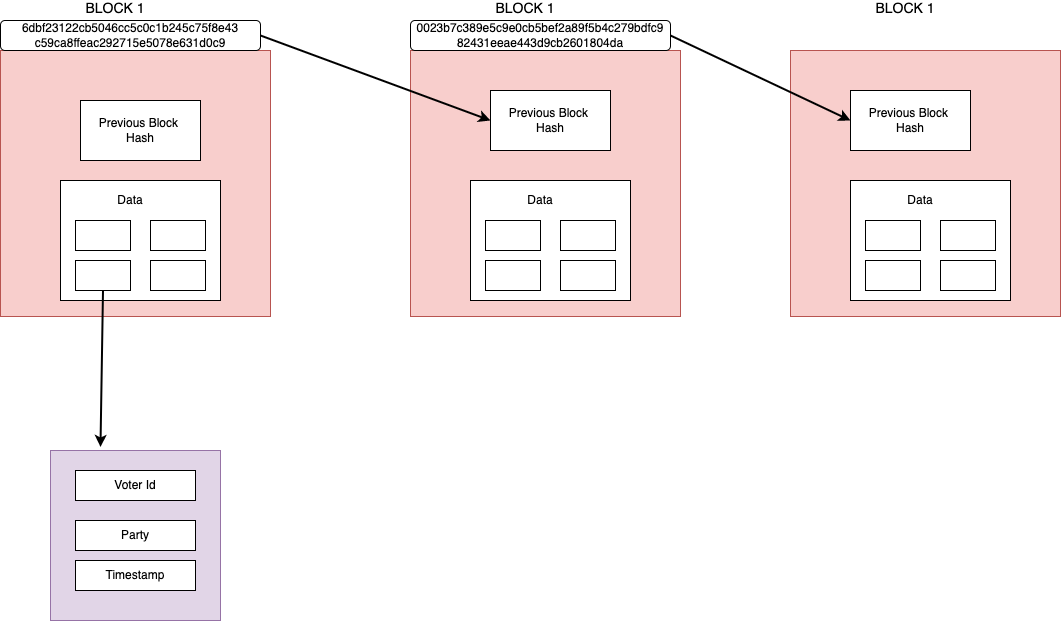
The draw.io diagram screenshots/block.png in ramesh-adhikari/E-voting-system-using-blockchain-and-python, before a commit. Source tidied: cells renumbered, new cells last; positions are measured from the earlier drawing's top-left corner, leaving out a move shared by most shapes. The source it was exported from:
```xml
<mxGraphModel>
  <root>
    <mxCell id="0" />
    <mxCell id="1" parent="0" />
    <mxCell id="2" style="whiteSpace=wrap;html=1;fillColor=#f8cecc;strokeColor=#b85450;" parent="1" vertex="1">
      <mxGeometry y="50" width="270" height="266" as="geometry" />
    </mxCell>
    <mxCell id="3" value="Previous Block &lt;br&gt;Hash" style="rounded=0;whiteSpace=wrap;html=1;" parent="1" vertex="1">
      <mxGeometry x="80" y="100" width="120" height="60" as="geometry" />
    </mxCell>
    <mxCell id="4" value="&lt;font style=&quot;font-size: 14px&quot;&gt;BLOCK 1&lt;/font&gt;" style="text;html=1;strokeColor=none;fillColor=none;align=center;verticalAlign=middle;whiteSpace=wrap;rounded=0;" parent="1" vertex="1">
      <mxGeometry x="80" width="70" height="16" as="geometry" />
    </mxCell>
    <mxCell id="5" style="rounded=0;whiteSpace=wrap;html=1;" parent="1" vertex="1">
      <mxGeometry x="60" y="180" width="160" height="120" as="geometry" />
    </mxCell>
    <mxCell id="6" value="Data" style="text;html=1;strokeColor=none;fillColor=none;align=center;verticalAlign=middle;whiteSpace=wrap;rounded=0;" parent="1" vertex="1">
      <mxGeometry x="110" y="190" width="40" height="20" as="geometry" />
    </mxCell>
    <mxCell id="7" style="rounded=0;whiteSpace=wrap;html=1;" parent="1" vertex="1">
      <mxGeometry x="75" y="220" width="55" height="30" as="geometry" />
    </mxCell>
    <mxCell id="8" style="rounded=0;whiteSpace=wrap;html=1;" parent="1" vertex="1">
      <mxGeometry x="150" y="220" width="55" height="30" as="geometry" />
    </mxCell>
    <mxCell id="9" style="rounded=0;whiteSpace=wrap;html=1;" parent="1" vertex="1">
      <mxGeometry x="75" y="260" width="55" height="30" as="geometry" />
    </mxCell>
    <mxCell id="10" style="rounded=0;whiteSpace=wrap;html=1;" parent="1" vertex="1">
      <mxGeometry x="150" y="260" width="55" height="30" as="geometry" />
    </mxCell>
    <mxCell id="11" style="whiteSpace=wrap;html=1;fillColor=#f8cecc;strokeColor=#b85450;" parent="1" vertex="1">
      <mxGeometry x="410" y="50" width="270" height="266" as="geometry" />
    </mxCell>
    <mxCell id="12" value="Previous Block &lt;br&gt;Hash" style="rounded=0;whiteSpace=wrap;html=1;" parent="1" vertex="1">
      <mxGeometry x="490" y="90" width="120" height="60" as="geometry" />
    </mxCell>
    <mxCell id="13" value="&lt;font style=&quot;font-size: 14px&quot;&gt;BLOCK 1&lt;/font&gt;" style="text;html=1;strokeColor=none;fillColor=none;align=center;verticalAlign=middle;whiteSpace=wrap;rounded=0;" parent="1" vertex="1">
      <mxGeometry x="490" width="70" height="16" as="geometry" />
    </mxCell>
    <mxCell id="14" style="rounded=0;whiteSpace=wrap;html=1;" parent="1" vertex="1">
      <mxGeometry x="470" y="180" width="160" height="120" as="geometry" />
    </mxCell>
    <mxCell id="15" value="Data" style="text;html=1;strokeColor=none;fillColor=none;align=center;verticalAlign=middle;whiteSpace=wrap;rounded=0;" parent="1" vertex="1">
      <mxGeometry x="520" y="190" width="40" height="20" as="geometry" />
    </mxCell>
    <mxCell id="16" style="rounded=0;whiteSpace=wrap;html=1;" parent="1" vertex="1">
      <mxGeometry x="485" y="220" width="55" height="30" as="geometry" />
    </mxCell>
    <mxCell id="17" style="rounded=0;whiteSpace=wrap;html=1;" parent="1" vertex="1">
      <mxGeometry x="560" y="220" width="55" height="30" as="geometry" />
    </mxCell>
    <mxCell id="18" style="rounded=0;whiteSpace=wrap;html=1;" parent="1" vertex="1">
      <mxGeometry x="485" y="260" width="55" height="30" as="geometry" />
    </mxCell>
    <mxCell id="19" style="rounded=0;whiteSpace=wrap;html=1;" parent="1" vertex="1">
      <mxGeometry x="560" y="260" width="55" height="30" as="geometry" />
    </mxCell>
    <mxCell id="20" style="whiteSpace=wrap;html=1;fillColor=#f8cecc;strokeColor=#b85450;" parent="1" vertex="1">
      <mxGeometry x="790" y="50" width="270" height="266" as="geometry" />
    </mxCell>
    <mxCell id="21" value="Previous Block &lt;br&gt;Hash" style="rounded=0;whiteSpace=wrap;html=1;" parent="1" vertex="1">
      <mxGeometry x="850" y="90" width="120" height="60" as="geometry" />
    </mxCell>
    <mxCell id="22" value="&lt;font style=&quot;font-size: 14px&quot;&gt;BLOCK 1&lt;/font&gt;" style="text;html=1;strokeColor=none;fillColor=none;align=center;verticalAlign=middle;whiteSpace=wrap;rounded=0;" parent="1" vertex="1">
      <mxGeometry x="870" width="70" height="16" as="geometry" />
    </mxCell>
    <mxCell id="23" style="rounded=0;whiteSpace=wrap;html=1;" parent="1" vertex="1">
      <mxGeometry x="850" y="180" width="160" height="120" as="geometry" />
    </mxCell>
    <mxCell id="24" value="Data" style="text;html=1;strokeColor=none;fillColor=none;align=center;verticalAlign=middle;whiteSpace=wrap;rounded=0;" parent="1" vertex="1">
      <mxGeometry x="900" y="190" width="40" height="20" as="geometry" />
    </mxCell>
    <mxCell id="25" style="rounded=0;whiteSpace=wrap;html=1;" parent="1" vertex="1">
      <mxGeometry x="865" y="220" width="55" height="30" as="geometry" />
    </mxCell>
    <mxCell id="26" style="rounded=0;whiteSpace=wrap;html=1;" parent="1" vertex="1">
      <mxGeometry x="940" y="220" width="55" height="30" as="geometry" />
    </mxCell>
    <mxCell id="27" style="rounded=0;whiteSpace=wrap;html=1;" parent="1" vertex="1">
      <mxGeometry x="865" y="260" width="55" height="30" as="geometry" />
    </mxCell>
    <mxCell id="28" style="rounded=0;whiteSpace=wrap;html=1;" parent="1" vertex="1">
      <mxGeometry x="940" y="260" width="55" height="30" as="geometry" />
    </mxCell>
    <mxCell id="29" style="whiteSpace=wrap;html=1;fillColor=#e1d5e7;strokeColor=#9673a6;" parent="1" vertex="1">
      <mxGeometry x="50" y="450" width="170" height="170" as="geometry" />
    </mxCell>
    <mxCell id="30" value="Voter Id" style="rounded=0;whiteSpace=wrap;html=1;" parent="1" vertex="1">
      <mxGeometry x="75" y="470" width="120" height="30" as="geometry" />
    </mxCell>
    <mxCell id="31" value="Party" style="rounded=0;whiteSpace=wrap;html=1;" parent="1" vertex="1">
      <mxGeometry x="75" y="520" width="120" height="30" as="geometry" />
    </mxCell>
    <mxCell id="32" value="Timestamp" style="rounded=0;whiteSpace=wrap;html=1;" parent="1" vertex="1">
      <mxGeometry x="75" y="560" width="120" height="30" as="geometry" />
    </mxCell>
    <mxCell id="33" style="endArrow=classic;html=1;strokeWidth=2;exitX=0.5;exitY=1;exitDx=0;exitDy=0;entryX=0.294;entryY=-0.021;entryDx=0;entryDy=0;entryPerimeter=0;" parent="1" edge="1" source="9" target="29">
      <mxGeometry relative="1" as="geometry" />
    </mxCell>
    <mxCell id="34" value="6dbf23122cb5046cc5c0c1b245c75f8e43&lt;br&gt;c59ca8ffeac292715e5078e631d0c9" style="rounded=1;whiteSpace=wrap;html=1;" parent="1" vertex="1">
      <mxGeometry y="20" width="260" height="30" as="geometry" />
    </mxCell>
    <mxCell id="35" style="endArrow=classic;html=1;strokeWidth=2;exitX=1;exitY=0.5;exitDx=0;exitDy=0;entryX=0;entryY=0.5;entryDx=0;entryDy=0;" parent="1" edge="1" source="34" target="12">
      <mxGeometry relative="1" as="geometry" />
    </mxCell>
    <mxCell id="36" value="0023b7c389e5c9e0cb5bef2a89f5b4c279bdfc9&lt;br&gt;82431eeae443d9cb2601804da" style="rounded=1;whiteSpace=wrap;html=1;" parent="1" vertex="1">
      <mxGeometry x="410" y="20" width="260" height="30" as="geometry" />
    </mxCell>
    <mxCell id="37" style="endArrow=classic;html=1;strokeWidth=2;exitX=1;exitY=0.5;exitDx=0;exitDy=0;entryX=0;entryY=0.5;entryDx=0;entryDy=0;" parent="1" edge="1" source="36" target="21">
      <mxGeometry relative="1" as="geometry" />
    </mxCell>
  </root>
</mxGraphModel>
```
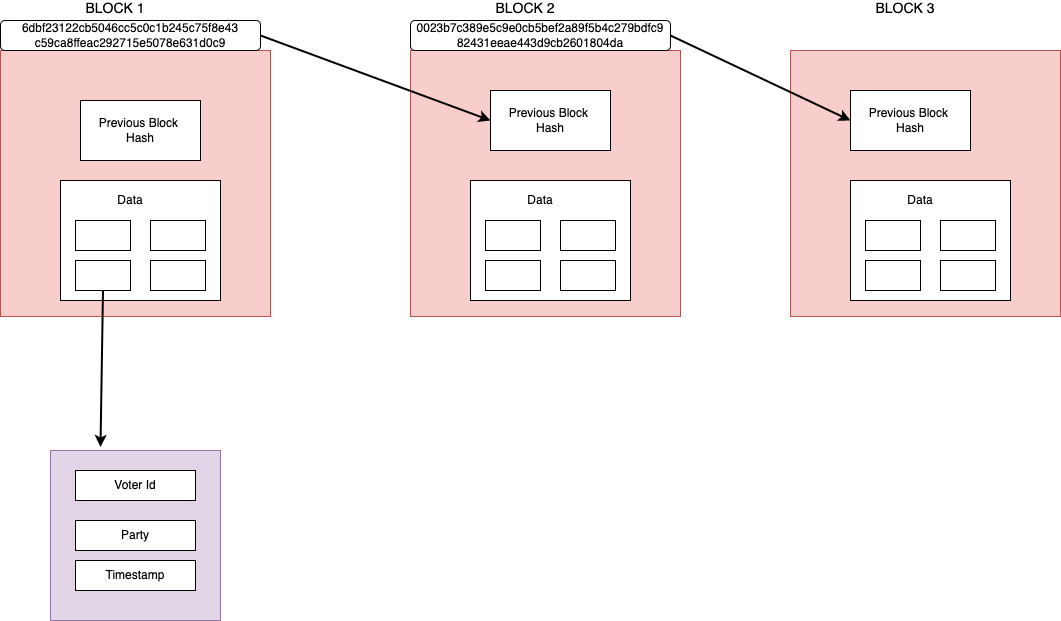
The same diagram one commit later.

Change to the diagram source:
```diff
@@ -35,7 +35,7 @@
     <mxCell id="12" value="Previous Block &lt;br&gt;Hash" style="rounded=0;whiteSpace=wrap;html=1;" parent="1" vertex="1">
       <mxGeometry x="490" y="90" width="120" height="60" as="geometry" />
     </mxCell>
-    <mxCell id="13" value="&lt;font style=&quot;font-size: 14px&quot;&gt;BLOCK 1&lt;/font&gt;" style="text;html=1;strokeColor=none;fillColor=none;align=center;verticalAlign=middle;whiteSpace=wrap;rounded=0;" parent="1" vertex="1">
+    <mxCell id="13" value="&lt;font style=&quot;font-size: 14px&quot;&gt;BLOCK 2&lt;/font&gt;" style="text;html=1;strokeColor=none;fillColor=none;align=center;verticalAlign=middle;whiteSpace=wrap;rounded=0;" parent="1" vertex="1">
       <mxGeometry x="490" width="70" height="16" as="geometry" />
     </mxCell>
     <mxCell id="14" style="rounded=0;whiteSpace=wrap;html=1;" parent="1" vertex="1">
@@ -62,7 +62,7 @@
     <mxCell id="21" value="Previous Block &lt;br&gt;Hash" style="rounded=0;whiteSpace=wrap;html=1;" parent="1" vertex="1">
       <mxGeometry x="850" y="90" width="120" height="60" as="geometry" />
     </mxCell>
-    <mxCell id="22" value="&lt;font style=&quot;font-size: 14px&quot;&gt;BLOCK 1&lt;/font&gt;" style="text;html=1;strokeColor=none;fillColor=none;align=center;verticalAlign=middle;whiteSpace=wrap;rounded=0;" parent="1" vertex="1">
+    <mxCell id="22" value="&lt;font style=&quot;font-size: 14px&quot;&gt;BLOCK 3&lt;/font&gt;" style="text;html=1;strokeColor=none;fillColor=none;align=center;verticalAlign=middle;whiteSpace=wrap;rounded=0;" parent="1" vertex="1">
       <mxGeometry x="870" width="70" height="16" as="geometry" />
     </mxCell>
     <mxCell id="23" style="rounded=0;whiteSpace=wrap;html=1;" parent="1" vertex="1">
```
